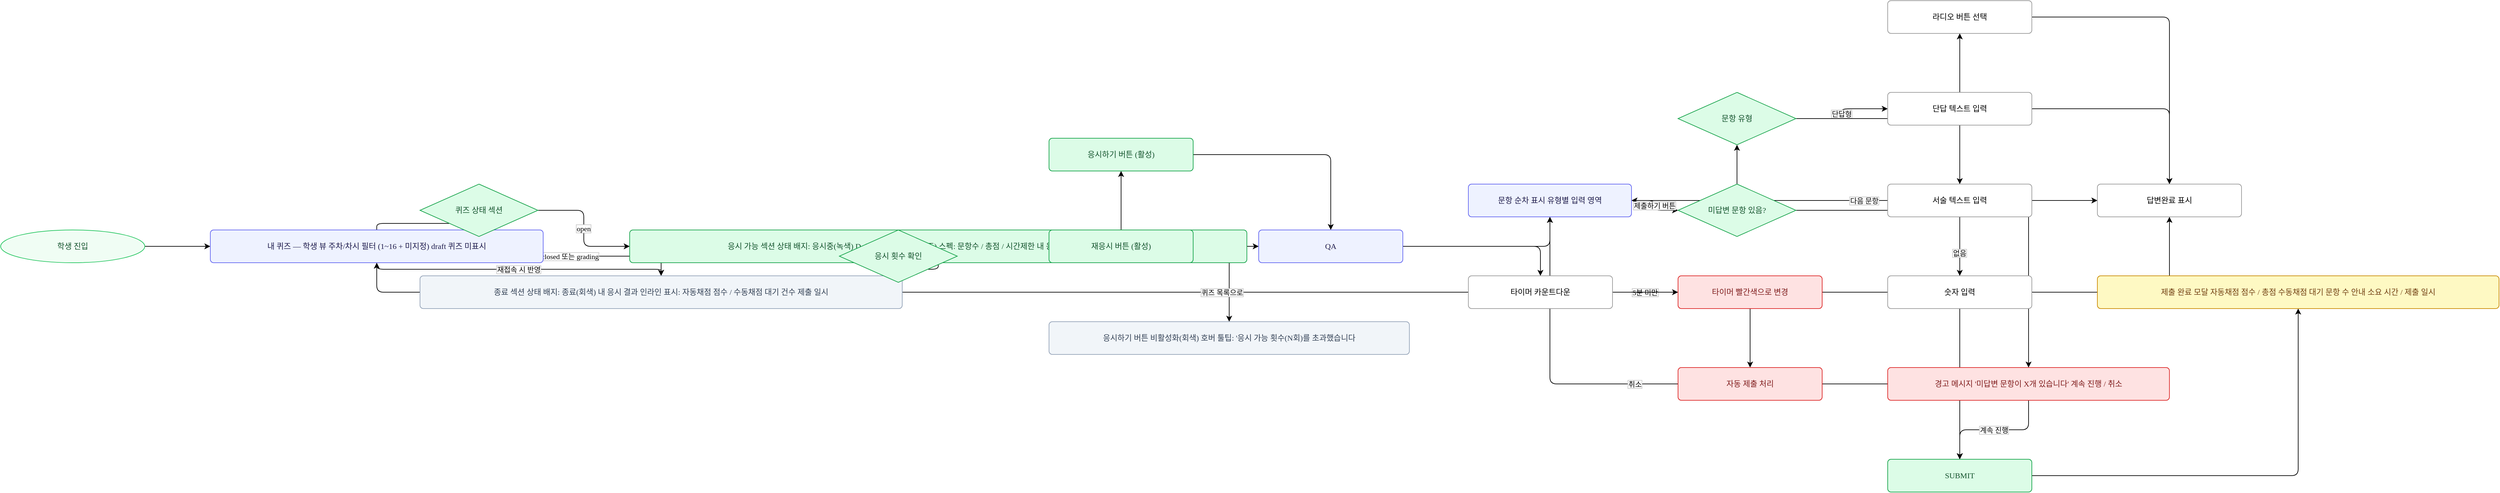
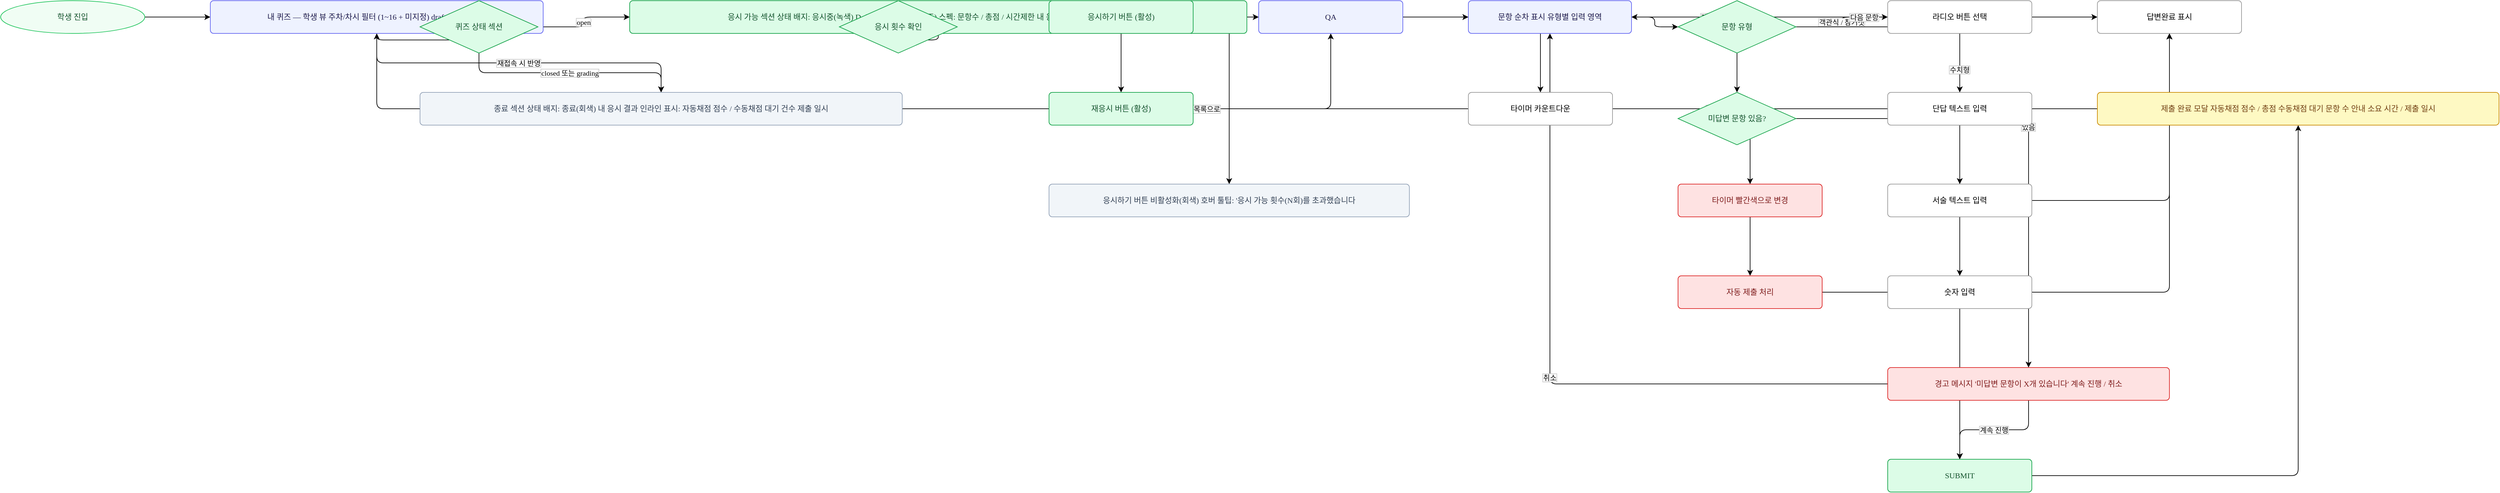
<mxGraphModel dx="2400" dy="1200" grid="1" gridSize="10" guides="1" tooltips="1" connect="1" arrows="1" fold="1" page="1" pageScale="1" pageWidth="3300" pageHeight="1169" math="0" shadow="0">
  <root>
    <mxCell id="0" />
    <mxCell id="1" parent="0" />
-     <mxCell id="e26" value="" style="edgeStyle=orthogonalEdgeStyle;rounded=1;fontSize=11;fontFamily=Pretendard,sans-serif;labelBackgroundColor=#FFFFFF;labelBorderColor=#CCCCCC;labelPosition=center;verticalLabelPosition=center;align=center;" edge="1" source="n2" target="n3" parent="1">
+     <mxCell id="e26" value="" style="edgeStyle=orthogonalEdgeStyle;rounded=1;fontSize=11;fontFamily=Pretendard,sans-serif;labelBackgroundColor=#FFFFFF;labelBorderColor=#CCCCCC;" edge="1" source="n2" target="n3" parent="1">
      <mxGeometry relative="1" as="geometry" />
    </mxCell>
-     <mxCell id="e27" value="" style="edgeStyle=orthogonalEdgeStyle;rounded=1;fontSize=11;fontFamily=Pretendard,sans-serif;labelBackgroundColor=#FFFFFF;labelBorderColor=#CCCCCC;labelPosition=center;verticalLabelPosition=center;align=center;" edge="1" source="n3" target="n4" parent="1">
+     <mxCell id="e27" value="" style="edgeStyle=orthogonalEdgeStyle;rounded=1;fontSize=11;fontFamily=Pretendard,sans-serif;labelBackgroundColor=#FFFFFF;labelBorderColor=#CCCCCC;" edge="1" source="n3" target="n4" parent="1">
      <mxGeometry relative="1" as="geometry" />
    </mxCell>
-     <mxCell id="e28" value="open" style="edgeStyle=orthogonalEdgeStyle;rounded=1;fontSize=11;fontFamily=Pretendard,sans-serif;labelBackgroundColor=#FFFFFF;labelBorderColor=#CCCCCC;labelPosition=center;verticalLabelPosition=center;align=center;" edge="1" source="n4" target="n5" parent="1">
+     <mxCell id="e28" value="open" style="edgeStyle=orthogonalEdgeStyle;rounded=1;fontSize=11;fontFamily=Pretendard,sans-serif;labelBackgroundColor=#FFFFFF;labelBorderColor=#CCCCCC;" edge="1" source="n4" target="n5" parent="1">
      <mxGeometry relative="1" as="geometry" />
    </mxCell>
-     <mxCell id="e29" value="closed 또는 grading" style="edgeStyle=orthogonalEdgeStyle;rounded=1;fontSize=11;fontFamily=Pretendard,sans-serif;labelBackgroundColor=#FFFFFF;labelBorderColor=#CCCCCC;labelPosition=center;verticalLabelPosition=center;align=center;" edge="1" source="n4" target="n6" parent="1">
+     <mxCell id="e29" value="closed 또는 grading" style="edgeStyle=orthogonalEdgeStyle;rounded=1;fontSize=11;fontFamily=Pretendard,sans-serif;labelBackgroundColor=#FFFFFF;labelBorderColor=#CCCCCC;" edge="1" source="n4" target="n6" parent="1">
      <mxGeometry relative="1" as="geometry" />
    </mxCell>
-     <mxCell id="e30" value="" style="edgeStyle=orthogonalEdgeStyle;rounded=1;fontSize=11;fontFamily=Pretendard,sans-serif;labelBackgroundColor=#FFFFFF;labelBorderColor=#CCCCCC;labelPosition=center;verticalLabelPosition=center;align=center;" edge="1" source="n5" target="n7" parent="1">
+     <mxCell id="e30" value="" style="edgeStyle=orthogonalEdgeStyle;rounded=1;fontSize=11;fontFamily=Pretendard,sans-serif;labelBackgroundColor=#FFFFFF;labelBorderColor=#CCCCCC;" edge="1" source="n5" target="n7" parent="1">
      <mxGeometry relative="1" as="geometry" />
    </mxCell>
-     <mxCell id="e31" value="allowAttempts 미초과 + 첫 응시" style="edgeStyle=orthogonalEdgeStyle;rounded=1;fontSize=11;fontFamily=Pretendard,sans-serif;labelBackgroundColor=#FFFFFF;labelBorderColor=#CCCCCC;labelPosition=center;verticalLabelPosition=center;align=center;" edge="1" source="n7" target="n8" parent="1">
+     <mxCell id="e31" value="allowAttempts 미초과 + 첫 응시" style="edgeStyle=orthogonalEdgeStyle;rounded=1;fontSize=11;fontFamily=Pretendard,sans-serif;labelBackgroundColor=#FFFFFF;labelBorderColor=#CCCCCC;" edge="1" source="n7" target="n8" parent="1">
      <mxGeometry relative="1" as="geometry" />
    </mxCell>
-     <mxCell id="e32" value="allowAttempts 미초과 + 재응시" style="edgeStyle=orthogonalEdgeStyle;rounded=1;fontSize=11;fontFamily=Pretendard,sans-serif;labelBackgroundColor=#FFFFFF;labelBorderColor=#CCCCCC;labelPosition=center;verticalLabelPosition=center;align=center;" edge="1" source="n7" target="n9" parent="1">
+     <mxCell id="e32" value="allowAttempts 미초과 + 재응시" style="edgeStyle=orthogonalEdgeStyle;rounded=1;fontSize=11;fontFamily=Pretendard,sans-serif;labelBackgroundColor=#FFFFFF;labelBorderColor=#CCCCCC;" edge="1" source="n7" target="n9" parent="1">
      <mxGeometry relative="1" as="geometry" />
    </mxCell>
-     <mxCell id="e33" value="allowAttempts 초과" style="edgeStyle=orthogonalEdgeStyle;rounded=1;fontSize=11;fontFamily=Pretendard,sans-serif;labelBackgroundColor=#FFFFFF;labelBorderColor=#CCCCCC;labelPosition=center;verticalLabelPosition=center;align=center;" edge="1" source="n7" target="n10" parent="1">
+     <mxCell id="e33" value="allowAttempts 초과" style="edgeStyle=orthogonalEdgeStyle;rounded=1;fontSize=11;fontFamily=Pretendard,sans-serif;labelBackgroundColor=#FFFFFF;labelBorderColor=#CCCCCC;" edge="1" source="n7" target="n10" parent="1">
      <mxGeometry relative="1" as="geometry" />
    </mxCell>
-     <mxCell id="e34" value="" style="edgeStyle=orthogonalEdgeStyle;rounded=1;fontSize=11;fontFamily=Pretendard,sans-serif;labelBackgroundColor=#FFFFFF;labelBorderColor=#CCCCCC;labelPosition=center;verticalLabelPosition=center;align=center;" edge="1" source="n8" target="n11" parent="1">
+     <mxCell id="e34" value="" style="edgeStyle=orthogonalEdgeStyle;rounded=1;fontSize=11;fontFamily=Pretendard,sans-serif;labelBackgroundColor=#FFFFFF;labelBorderColor=#CCCCCC;" edge="1" source="n8" target="n11" parent="1">
      <mxGeometry relative="1" as="geometry" />
    </mxCell>
-     <mxCell id="e35" value="" style="edgeStyle=orthogonalEdgeStyle;rounded=1;fontSize=11;fontFamily=Pretendard,sans-serif;labelBackgroundColor=#FFFFFF;labelBorderColor=#CCCCCC;labelPosition=center;verticalLabelPosition=center;align=center;" edge="1" source="n9" target="n11" parent="1">
+     <mxCell id="e35" value="" style="edgeStyle=orthogonalEdgeStyle;rounded=1;fontSize=11;fontFamily=Pretendard,sans-serif;labelBackgroundColor=#FFFFFF;labelBorderColor=#CCCCCC;" edge="1" source="n9" target="n11" parent="1">
      <mxGeometry relative="1" as="geometry" />
    </mxCell>
-     <mxCell id="e36" value="" style="edgeStyle=orthogonalEdgeStyle;rounded=1;fontSize=11;fontFamily=Pretendard,sans-serif;labelBackgroundColor=#FFFFFF;labelBorderColor=#CCCCCC;labelPosition=center;verticalLabelPosition=center;align=center;" edge="1" source="n11" target="n12" parent="1">
+     <mxCell id="e36" value="" style="edgeStyle=orthogonalEdgeStyle;rounded=1;fontSize=11;fontFamily=Pretendard,sans-serif;labelBackgroundColor=#FFFFFF;labelBorderColor=#CCCCCC;" edge="1" source="n11" target="n12" parent="1">
      <mxGeometry relative="1" as="geometry" />
    </mxCell>
-     <mxCell id="e37" value="" style="edgeStyle=orthogonalEdgeStyle;rounded=1;fontSize=11;fontFamily=Pretendard,sans-serif;labelBackgroundColor=#FFFFFF;labelBorderColor=#CCCCCC;labelPosition=center;verticalLabelPosition=center;align=center;" edge="1" source="n12" target="n13" parent="1">
+     <mxCell id="e37" value="" style="edgeStyle=orthogonalEdgeStyle;rounded=1;fontSize=11;fontFamily=Pretendard,sans-serif;labelBackgroundColor=#FFFFFF;labelBorderColor=#CCCCCC;" edge="1" source="n12" target="n13" parent="1">
      <mxGeometry relative="1" as="geometry" />
    </mxCell>
-     <mxCell id="e38" value="객관식 / 참거짓" style="edgeStyle=orthogonalEdgeStyle;rounded=1;fontSize=11;fontFamily=Pretendard,sans-serif;labelBackgroundColor=#FFFFFF;labelBorderColor=#CCCCCC;labelPosition=center;verticalLabelPosition=center;align=center;" edge="1" source="n13" target="n14" parent="1">
+     <mxCell id="e38" value="객관식 / 참거짓" style="edgeStyle=orthogonalEdgeStyle;rounded=1;fontSize=11;fontFamily=Pretendard,sans-serif;labelBackgroundColor=#FFFFFF;labelBorderColor=#CCCCCC;" edge="1" source="n13" target="n14" parent="1">
      <mxGeometry relative="1" as="geometry" />
    </mxCell>
-     <mxCell id="e39" value="단답형" style="edgeStyle=orthogonalEdgeStyle;rounded=1;fontSize=11;fontFamily=Pretendard,sans-serif;labelBackgroundColor=#FFFFFF;labelBorderColor=#CCCCCC;labelPosition=center;verticalLabelPosition=center;align=center;" edge="1" source="n13" target="n15" parent="1">
+     <mxCell id="e39" value="단답형" style="edgeStyle=orthogonalEdgeStyle;rounded=1;fontSize=11;fontFamily=Pretendard,sans-serif;labelBackgroundColor=#FFFFFF;labelBorderColor=#CCCCCC;" edge="1" source="n13" target="n15" parent="1">
      <mxGeometry relative="1" as="geometry" />
    </mxCell>
-     <mxCell id="e40" value="서술형" style="edgeStyle=orthogonalEdgeStyle;rounded=1;fontSize=11;fontFamily=Pretendard,sans-serif;labelBackgroundColor=#FFFFFF;labelBorderColor=#CCCCCC;labelPosition=center;verticalLabelPosition=center;align=center;" edge="1" source="n13" target="n16" parent="1">
+     <mxCell id="e40" value="서술형" style="edgeStyle=orthogonalEdgeStyle;rounded=1;fontSize=11;fontFamily=Pretendard,sans-serif;labelBackgroundColor=#FFFFFF;labelBorderColor=#CCCCCC;" edge="1" source="n13" target="n16" parent="1">
      <mxGeometry relative="1" as="geometry" />
    </mxCell>
-     <mxCell id="e41" value="수치형" style="edgeStyle=orthogonalEdgeStyle;rounded=1;fontSize=11;fontFamily=Pretendard,sans-serif;labelBackgroundColor=#FFFFFF;labelBorderColor=#CCCCCC;labelPosition=center;verticalLabelPosition=center;align=center;" edge="1" source="n13" target="n17" parent="1">
+     <mxCell id="e41" value="수치형" style="edgeStyle=orthogonalEdgeStyle;rounded=1;fontSize=11;fontFamily=Pretendard,sans-serif;labelBackgroundColor=#FFFFFF;labelBorderColor=#CCCCCC;" edge="1" source="n13" target="n17" parent="1">
      <mxGeometry relative="1" as="geometry" />
    </mxCell>
-     <mxCell id="e42" value="" style="edgeStyle=orthogonalEdgeStyle;rounded=1;fontSize=11;fontFamily=Pretendard,sans-serif;labelBackgroundColor=#FFFFFF;labelBorderColor=#CCCCCC;labelPosition=center;verticalLabelPosition=center;align=center;" edge="1" source="n14" target="n18" parent="1">
+     <mxCell id="e42" value="" style="edgeStyle=orthogonalEdgeStyle;rounded=1;fontSize=11;fontFamily=Pretendard,sans-serif;labelBackgroundColor=#FFFFFF;labelBorderColor=#CCCCCC;" edge="1" source="n14" target="n18" parent="1">
      <mxGeometry relative="1" as="geometry" />
    </mxCell>
-     <mxCell id="e43" value="" style="edgeStyle=orthogonalEdgeStyle;rounded=1;fontSize=11;fontFamily=Pretendard,sans-serif;labelBackgroundColor=#FFFFFF;labelBorderColor=#CCCCCC;labelPosition=center;verticalLabelPosition=center;align=center;" edge="1" source="n15" target="n18" parent="1">
+     <mxCell id="e43" value="" style="edgeStyle=orthogonalEdgeStyle;rounded=1;fontSize=11;fontFamily=Pretendard,sans-serif;labelBackgroundColor=#FFFFFF;labelBorderColor=#CCCCCC;" edge="1" source="n15" target="n18" parent="1">
      <mxGeometry relative="1" as="geometry" />
    </mxCell>
-     <mxCell id="e44" value="" style="edgeStyle=orthogonalEdgeStyle;rounded=1;fontSize=11;fontFamily=Pretendard,sans-serif;labelBackgroundColor=#FFFFFF;labelBorderColor=#CCCCCC;labelPosition=center;verticalLabelPosition=center;align=center;" edge="1" source="n16" target="n18" parent="1">
+     <mxCell id="e44" value="" style="edgeStyle=orthogonalEdgeStyle;rounded=1;fontSize=11;fontFamily=Pretendard,sans-serif;labelBackgroundColor=#FFFFFF;labelBorderColor=#CCCCCC;" edge="1" source="n16" target="n18" parent="1">
      <mxGeometry relative="1" as="geometry" />
    </mxCell>
-     <mxCell id="e45" value="" style="edgeStyle=orthogonalEdgeStyle;rounded=1;fontSize=11;fontFamily=Pretendard,sans-serif;labelBackgroundColor=#FFFFFF;labelBorderColor=#CCCCCC;labelPosition=center;verticalLabelPosition=center;align=center;" edge="1" source="n17" target="n18" parent="1">
+     <mxCell id="e45" value="" style="edgeStyle=orthogonalEdgeStyle;rounded=1;fontSize=11;fontFamily=Pretendard,sans-serif;labelBackgroundColor=#FFFFFF;labelBorderColor=#CCCCCC;" edge="1" source="n17" target="n18" parent="1">
      <mxGeometry relative="1" as="geometry" />
    </mxCell>
-     <mxCell id="e46" value="다음 문항" style="edgeStyle=orthogonalEdgeStyle;rounded=1;fontSize=11;fontFamily=Pretendard,sans-serif;labelBackgroundColor=#FFFFFF;labelBorderColor=#CCCCCC;labelPosition=center;verticalLabelPosition=center;align=center;" edge="1" source="n18" target="n12" parent="1">
+     <mxCell id="e46" value="다음 문항" style="edgeStyle=orthogonalEdgeStyle;rounded=1;fontSize=11;fontFamily=Pretendard,sans-serif;labelBackgroundColor=#FFFFFF;labelBorderColor=#CCCCCC;" edge="1" source="n18" target="n12" parent="1">
      <mxGeometry relative="1" as="geometry" />
    </mxCell>
-     <mxCell id="e47" value="" style="edgeStyle=orthogonalEdgeStyle;rounded=1;fontSize=11;fontFamily=Pretendard,sans-serif;labelBackgroundColor=#FFFFFF;labelBorderColor=#CCCCCC;labelPosition=center;verticalLabelPosition=center;align=center;" edge="1" source="n11" target="n19" parent="1">
+     <mxCell id="e47" value="" style="edgeStyle=orthogonalEdgeStyle;rounded=1;fontSize=11;fontFamily=Pretendard,sans-serif;labelBackgroundColor=#FFFFFF;labelBorderColor=#CCCCCC;" edge="1" source="n11" target="n19" parent="1">
      <mxGeometry relative="1" as="geometry" />
    </mxCell>
-     <mxCell id="e48" value="5분 미만" style="edgeStyle=orthogonalEdgeStyle;rounded=1;fontSize=11;fontFamily=Pretendard,sans-serif;labelBackgroundColor=#FFFFFF;labelBorderColor=#CCCCCC;labelPosition=center;verticalLabelPosition=center;align=center;" edge="1" source="n19" target="n20" parent="1">
+     <mxCell id="e48" value="5분 미만" style="edgeStyle=orthogonalEdgeStyle;rounded=1;fontSize=11;fontFamily=Pretendard,sans-serif;labelBackgroundColor=#FFFFFF;labelBorderColor=#CCCCCC;" edge="1" source="n19" target="n20" parent="1">
      <mxGeometry relative="1" as="geometry" />
    </mxCell>
-     <mxCell id="e49" value="0초 도달" style="edgeStyle=orthogonalEdgeStyle;rounded=1;fontSize=11;fontFamily=Pretendard,sans-serif;labelBackgroundColor=#FFFFFF;labelBorderColor=#CCCCCC;labelPosition=center;verticalLabelPosition=center;align=center;" edge="1" source="n19" target="n21" parent="1">
+     <mxCell id="e49" value="0초 도달" style="edgeStyle=orthogonalEdgeStyle;rounded=1;fontSize=11;fontFamily=Pretendard,sans-serif;labelBackgroundColor=#FFFFFF;labelBorderColor=#CCCCCC;" edge="1" source="n19" target="n21" parent="1">
      <mxGeometry relative="1" as="geometry" />
    </mxCell>
-     <mxCell id="e50" value="제출하기 버튼" style="edgeStyle=orthogonalEdgeStyle;rounded=1;fontSize=11;fontFamily=Pretendard,sans-serif;labelBackgroundColor=#FFFFFF;labelBorderColor=#CCCCCC;labelPosition=center;verticalLabelPosition=center;align=center;" edge="1" source="n12" target="n22" parent="1">
+     <mxCell id="e50" value="제출하기 버튼" style="edgeStyle=orthogonalEdgeStyle;rounded=1;fontSize=11;fontFamily=Pretendard,sans-serif;labelBackgroundColor=#FFFFFF;labelBorderColor=#CCCCCC;" edge="1" source="n12" target="n22" parent="1">
      <mxGeometry relative="1" as="geometry" />
    </mxCell>
-     <mxCell id="e51" value="있음" style="edgeStyle=orthogonalEdgeStyle;rounded=1;fontSize=11;fontFamily=Pretendard,sans-serif;labelBackgroundColor=#FFFFFF;labelBorderColor=#CCCCCC;labelPosition=center;verticalLabelPosition=center;align=center;" edge="1" source="n22" target="n23" parent="1">
+     <mxCell id="e51" value="있음" style="edgeStyle=orthogonalEdgeStyle;rounded=1;fontSize=11;fontFamily=Pretendard,sans-serif;labelBackgroundColor=#FFFFFF;labelBorderColor=#CCCCCC;" edge="1" source="n22" target="n23" parent="1">
      <mxGeometry relative="1" as="geometry" />
    </mxCell>
-     <mxCell id="e52" value="계속 진행" style="edgeStyle=orthogonalEdgeStyle;rounded=1;fontSize=11;fontFamily=Pretendard,sans-serif;labelBackgroundColor=#FFFFFF;labelBorderColor=#CCCCCC;labelPosition=center;verticalLabelPosition=center;align=center;" edge="1" source="n23" target="n24" parent="1">
+     <mxCell id="e52" value="계속 진행" style="edgeStyle=orthogonalEdgeStyle;rounded=1;fontSize=11;fontFamily=Pretendard,sans-serif;labelBackgroundColor=#FFFFFF;labelBorderColor=#CCCCCC;" edge="1" source="n23" target="n24" parent="1">
      <mxGeometry relative="1" as="geometry" />
    </mxCell>
-     <mxCell id="e53" value="취소" style="edgeStyle=orthogonalEdgeStyle;rounded=1;fontSize=11;fontFamily=Pretendard,sans-serif;labelBackgroundColor=#FFFFFF;labelBorderColor=#CCCCCC;labelPosition=center;verticalLabelPosition=center;align=center;" edge="1" source="n23" target="n12" parent="1">
+     <mxCell id="e53" value="취소" style="edgeStyle=orthogonalEdgeStyle;rounded=1;fontSize=11;fontFamily=Pretendard,sans-serif;labelBackgroundColor=#FFFFFF;labelBorderColor=#CCCCCC;" edge="1" source="n23" target="n12" parent="1">
      <mxGeometry relative="1" as="geometry" />
    </mxCell>
-     <mxCell id="e54" value="없음" style="edgeStyle=orthogonalEdgeStyle;rounded=1;fontSize=11;fontFamily=Pretendard,sans-serif;labelBackgroundColor=#FFFFFF;labelBorderColor=#CCCCCC;labelPosition=center;verticalLabelPosition=center;align=center;" edge="1" source="n22" target="n24" parent="1">
+     <mxCell id="e54" value="없음" style="edgeStyle=orthogonalEdgeStyle;rounded=1;fontSize=11;fontFamily=Pretendard,sans-serif;labelBackgroundColor=#FFFFFF;labelBorderColor=#CCCCCC;" edge="1" source="n22" target="n24" parent="1">
      <mxGeometry relative="1" as="geometry" />
    </mxCell>
-     <mxCell id="e55" value="" style="edgeStyle=orthogonalEdgeStyle;rounded=1;fontSize=11;fontFamily=Pretendard,sans-serif;labelBackgroundColor=#FFFFFF;labelBorderColor=#CCCCCC;labelPosition=center;verticalLabelPosition=center;align=center;" edge="1" source="n21" target="n24" parent="1">
+     <mxCell id="e55" value="" style="edgeStyle=orthogonalEdgeStyle;rounded=1;fontSize=11;fontFamily=Pretendard,sans-serif;labelBackgroundColor=#FFFFFF;labelBorderColor=#CCCCCC;" edge="1" source="n21" target="n24" parent="1">
      <mxGeometry relative="1" as="geometry" />
    </mxCell>
-     <mxCell id="e56" value="" style="edgeStyle=orthogonalEdgeStyle;rounded=1;fontSize=11;fontFamily=Pretendard,sans-serif;labelBackgroundColor=#FFFFFF;labelBorderColor=#CCCCCC;labelPosition=center;verticalLabelPosition=center;align=center;" edge="1" source="n24" target="n25" parent="1">
+     <mxCell id="e56" value="" style="edgeStyle=orthogonalEdgeStyle;rounded=1;fontSize=11;fontFamily=Pretendard,sans-serif;labelBackgroundColor=#FFFFFF;labelBorderColor=#CCCCCC;" edge="1" source="n24" target="n25" parent="1">
      <mxGeometry relative="1" as="geometry" />
    </mxCell>
-     <mxCell id="e57" value="퀴즈 목록으로" style="edgeStyle=orthogonalEdgeStyle;rounded=1;fontSize=11;fontFamily=Pretendard,sans-serif;labelBackgroundColor=#FFFFFF;labelBorderColor=#CCCCCC;labelPosition=center;verticalLabelPosition=center;align=center;" edge="1" source="n25" target="n3" parent="1">
+     <mxCell id="e57" value="퀴즈 목록으로" style="edgeStyle=orthogonalEdgeStyle;rounded=1;fontSize=11;fontFamily=Pretendard,sans-serif;labelBackgroundColor=#FFFFFF;labelBorderColor=#CCCCCC;" edge="1" source="n25" target="n3" parent="1">
      <mxGeometry relative="1" as="geometry" />
    </mxCell>
-     <mxCell id="e58" value="재접속 시 반영" style="edgeStyle=orthogonalEdgeStyle;rounded=1;fontSize=11;fontFamily=Pretendard,sans-serif;labelBackgroundColor=#FFFFFF;labelBorderColor=#CCCCCC;labelPosition=center;verticalLabelPosition=center;align=center;" edge="1" source="n3" target="n6" parent="1">
+     <mxCell id="e58" value="재접속 시 반영" style="edgeStyle=orthogonalEdgeStyle;rounded=1;fontSize=11;fontFamily=Pretendard,sans-serif;labelBackgroundColor=#FFFFFF;labelBorderColor=#CCCCCC;" edge="1" source="n3" target="n6" parent="1">
      <mxGeometry relative="1" as="geometry" />
    </mxCell>
    <mxCell id="n2" value="학생 진입" style="ellipse;fillColor=#F0FDF4;strokeColor=#22C55E;fontColor=#14532d;fontFamily=Pretendard,sans-serif;fontSize=12;align=center;whiteSpace=wrap;html=1;" vertex="1" parent="1">
-       <mxGeometry x="60" y="660" width="220" height="50" as="geometry" />
+       <mxGeometry x="60" y="60" width="220" height="50" as="geometry" />
    </mxCell>
    <mxCell id="n3" value="내 퀴즈 — 학생 뷰 주차/차시 필터 (1~16 + 미지정) draft 퀴즈 미표시" style="rounded=1;arcSize=10;fillColor=#EEF2FF;strokeColor=#6366F1;fontColor=#1e1b4b;fontFamily=Pretendard,sans-serif;fontSize=12;align=center;whiteSpace=wrap;html=1;" vertex="1" parent="1">
-       <mxGeometry x="380" y="660" width="508" height="50" as="geometry" />
+       <mxGeometry x="380" y="60" width="508" height="50" as="geometry" />
    </mxCell>
    <mxCell id="n4" value="퀴즈 상태 섹션" style="rhombus;verticalLabelPosition=middle;fillColor=#DCFCE7;strokeColor=#16A34A;fontColor=#14532d;fontFamily=Pretendard,sans-serif;fontSize=12;align=center;whiteSpace=wrap;html=1;" vertex="1" parent="1">
-       <mxGeometry x="700" y="590" width="180" height="80" as="geometry" />
+       <mxGeometry x="700" y="60" width="180" height="80" as="geometry" />
    </mxCell>
    <mxCell id="n5" value="응시 가능 섹션 상태 배지: 응시중(녹색) D-day 배지 (진행중 퀴즈) 스펙: 문항수 / 총점 / 시간제한 내 응시 배지: 채점 대기 / 채점 완료" style="rounded=1;arcSize=10;fillColor=#DCFCE7;strokeColor=#16A34A;fontColor=#14532d;fontFamily=Pretendard,sans-serif;fontSize=12;align=center;whiteSpace=wrap;html=1;" vertex="1" parent="1">
-       <mxGeometry x="1020" y="660" width="942" height="50" as="geometry" />
+       <mxGeometry x="1020" y="60" width="942" height="50" as="geometry" />
    </mxCell>
    <mxCell id="n6" value="종료 섹션 상태 배지: 종료(회색) 내 응시 결과 인라인 표시: 자동채점 점수 / 수동채점 대기 건수 제출 일시" style="rounded=1;arcSize=10;fillColor=#F1F5F9;strokeColor=#94A3B8;fontColor=#334155;fontFamily=Pretendard,sans-serif;fontSize=12;align=center;whiteSpace=wrap;html=1;" vertex="1" parent="1">
-       <mxGeometry x="700" y="730" width="736" height="50" as="geometry" />
+       <mxGeometry x="700" y="200" width="736" height="50" as="geometry" />
    </mxCell>
    <mxCell id="n7" value="응시 횟수 확인" style="rhombus;verticalLabelPosition=middle;fillColor=#DCFCE7;strokeColor=#16A34A;fontColor=#14532d;fontFamily=Pretendard,sans-serif;fontSize=12;align=center;whiteSpace=wrap;html=1;" vertex="1" parent="1">
-       <mxGeometry x="1340" y="660" width="180" height="80" as="geometry" />
+       <mxGeometry x="1340" y="60" width="180" height="80" as="geometry" />
    </mxCell>
    <mxCell id="n8" value="응시하기 버튼 (활성)" style="rounded=1;arcSize=10;fillColor=#DCFCE7;strokeColor=#16A34A;fontColor=#14532d;fontFamily=Pretendard,sans-serif;fontSize=12;align=center;whiteSpace=wrap;html=1;" vertex="1" parent="1">
-       <mxGeometry x="1660" y="520" width="220" height="50" as="geometry" />
+       <mxGeometry x="1660" y="60" width="220" height="50" as="geometry" />
    </mxCell>
    <mxCell id="n9" value="재응시 버튼 (활성)" style="rounded=1;arcSize=10;fillColor=#DCFCE7;strokeColor=#16A34A;fontColor=#14532d;fontFamily=Pretendard,sans-serif;fontSize=12;align=center;whiteSpace=wrap;html=1;" vertex="1" parent="1">
-       <mxGeometry x="1660" y="660" width="220" height="50" as="geometry" />
+       <mxGeometry x="1660" y="200" width="220" height="50" as="geometry" />
    </mxCell>
    <mxCell id="n10" value="응시하기 버튼 비활성화(회색) 호버 툴팁: '응시 가능 횟수(N회)를 초과했습니다" style="rounded=1;arcSize=10;fillColor=#F1F5F9;strokeColor=#94A3B8;fontColor=#334155;fontFamily=Pretendard,sans-serif;fontSize=12;align=center;whiteSpace=wrap;html=1;" vertex="1" parent="1">
-       <mxGeometry x="1660" y="800" width="550" height="50" as="geometry" />
+       <mxGeometry x="1660" y="340" width="550" height="50" as="geometry" />
    </mxCell>
    <mxCell id="n11" value="QA" style="rounded=1;arcSize=10;fillColor=#EEF2FF;strokeColor=#6366F1;fontColor=#1e1b4b;fontFamily=Pretendard,sans-serif;fontSize=12;align=center;whiteSpace=wrap;html=1;" vertex="1" parent="1">
-       <mxGeometry x="1980" y="660" width="220" height="50" as="geometry" />
+       <mxGeometry x="1980" y="60" width="220" height="50" as="geometry" />
    </mxCell>
    <mxCell id="n12" value="문항 순차 표시 유형별 입력 영역" style="rounded=1;arcSize=10;fillColor=#EEF2FF;strokeColor=#6366F1;fontColor=#1e1b4b;fontFamily=Pretendard,sans-serif;fontSize=12;align=center;whiteSpace=wrap;html=1;" vertex="1" parent="1">
-       <mxGeometry x="2300" y="590" width="249" height="50" as="geometry" />
+       <mxGeometry x="2300" y="60" width="249" height="50" as="geometry" />
    </mxCell>
    <mxCell id="n13" value="문항 유형" style="rhombus;verticalLabelPosition=middle;fillColor=#DCFCE7;strokeColor=#16A34A;fontColor=#14532d;fontFamily=Pretendard,sans-serif;fontSize=12;align=center;whiteSpace=wrap;html=1;" vertex="1" parent="1">
-       <mxGeometry x="2620" y="450" width="180" height="80" as="geometry" />
+       <mxGeometry x="2620" y="60" width="180" height="80" as="geometry" />
    </mxCell>
    <mxCell id="n14" value="라디오 버튼 선택" style="rounded=1;arcSize=10;fillColor=#ffffff;strokeColor=#999999;fontColor=#000000;fontFamily=Pretendard,sans-serif;fontSize=12;align=center;whiteSpace=wrap;html=1;" vertex="1" parent="1">
-       <mxGeometry x="2940" y="310" width="220" height="50" as="geometry" />
+       <mxGeometry x="2940" y="60" width="220" height="50" as="geometry" />
    </mxCell>
    <mxCell id="n15" value="단답 텍스트 입력" style="rounded=1;arcSize=10;fillColor=#ffffff;strokeColor=#999999;fontColor=#000000;fontFamily=Pretendard,sans-serif;fontSize=12;align=center;whiteSpace=wrap;html=1;" vertex="1" parent="1">
-       <mxGeometry x="2940" y="450" width="220" height="50" as="geometry" />
+       <mxGeometry x="2940" y="200" width="220" height="50" as="geometry" />
    </mxCell>
    <mxCell id="n16" value="서술 텍스트 입력" style="rounded=1;arcSize=10;fillColor=#ffffff;strokeColor=#999999;fontColor=#000000;fontFamily=Pretendard,sans-serif;fontSize=12;align=center;whiteSpace=wrap;html=1;" vertex="1" parent="1">
-       <mxGeometry x="2940" y="590" width="220" height="50" as="geometry" />
+       <mxGeometry x="2940" y="340" width="220" height="50" as="geometry" />
    </mxCell>
    <mxCell id="n17" value="숫자 입력" style="rounded=1;arcSize=10;fillColor=#ffffff;strokeColor=#999999;fontColor=#000000;fontFamily=Pretendard,sans-serif;fontSize=12;align=center;whiteSpace=wrap;html=1;" vertex="1" parent="1">
-       <mxGeometry x="2940" y="730" width="220" height="50" as="geometry" />
+       <mxGeometry x="2940" y="480" width="220" height="50" as="geometry" />
    </mxCell>
    <mxCell id="n18" value="답변완료 표시" style="rounded=1;arcSize=10;fillColor=#ffffff;strokeColor=#999999;fontColor=#000000;fontFamily=Pretendard,sans-serif;fontSize=12;align=center;whiteSpace=wrap;html=1;" vertex="1" parent="1">
-       <mxGeometry x="3260" y="590" width="220" height="50" as="geometry" />
+       <mxGeometry x="3260" y="60" width="220" height="50" as="geometry" />
    </mxCell>
    <mxCell id="n19" value="타이머 카운트다운" style="rounded=1;arcSize=10;fillColor=#ffffff;strokeColor=#999999;fontColor=#000000;fontFamily=Pretendard,sans-serif;fontSize=12;align=center;whiteSpace=wrap;html=1;" vertex="1" parent="1">
-       <mxGeometry x="2300" y="730" width="220" height="50" as="geometry" />
+       <mxGeometry x="2300" y="200" width="220" height="50" as="geometry" />
    </mxCell>
    <mxCell id="n20" value="타이머 빨간색으로 변경" style="rounded=1;arcSize=10;fillColor=#FEE2E2;strokeColor=#DC2626;fontColor=#7f1d1d;fontFamily=Pretendard,sans-serif;fontSize=12;align=center;whiteSpace=wrap;html=1;" vertex="1" parent="1">
-       <mxGeometry x="2620" y="730" width="220" height="50" as="geometry" />
+       <mxGeometry x="2620" y="340" width="220" height="50" as="geometry" />
    </mxCell>
    <mxCell id="n21" value="자동 제출 처리" style="rounded=1;arcSize=10;fillColor=#FEE2E2;strokeColor=#DC2626;fontColor=#7f1d1d;fontFamily=Pretendard,sans-serif;fontSize=12;align=center;whiteSpace=wrap;html=1;" vertex="1" parent="1">
-       <mxGeometry x="2620" y="870" width="220" height="50" as="geometry" />
+       <mxGeometry x="2620" y="480" width="220" height="50" as="geometry" />
    </mxCell>
    <mxCell id="n22" value="미답변 문항 있음?" style="rhombus;verticalLabelPosition=middle;fillColor=#DCFCE7;strokeColor=#16A34A;fontColor=#14532d;fontFamily=Pretendard,sans-serif;fontSize=12;align=center;whiteSpace=wrap;html=1;" vertex="1" parent="1">
-       <mxGeometry x="2620" y="590" width="180" height="80" as="geometry" />
+       <mxGeometry x="2620" y="200" width="180" height="80" as="geometry" />
    </mxCell>
    <mxCell id="n23" value="경고 메시지 '미답변 문항이 X개 있습니다' 계속 진행 / 취소" style="rounded=1;arcSize=10;fillColor=#FEE2E2;strokeColor=#DC2626;fontColor=#7f1d1d;fontFamily=Pretendard,sans-serif;fontSize=12;align=center;whiteSpace=wrap;html=1;" vertex="1" parent="1">
-       <mxGeometry x="2940" y="870" width="430" height="50" as="geometry" />
+       <mxGeometry x="2940" y="620" width="430" height="50" as="geometry" />
    </mxCell>
    <mxCell id="n24" value="SUBMIT" style="rounded=1;arcSize=10;fillColor=#DCFCE7;strokeColor=#16A34A;fontColor=#14532d;fontFamily=Pretendard,sans-serif;fontSize=12;align=center;whiteSpace=wrap;html=1;" vertex="1" parent="1">
-       <mxGeometry x="2940" y="1010" width="220" height="50" as="geometry" />
+       <mxGeometry x="2940" y="760" width="220" height="50" as="geometry" />
    </mxCell>
    <mxCell id="n25" value="제출 완료 모달 자동채점 점수 / 총점 수동채점 대기 문항 수 안내 소요 시간 / 제출 일시" style="rounded=1;arcSize=10;fillColor=#FEF9C3;strokeColor=#CA8A04;fontColor=#713f12;fontFamily=Pretendard,sans-serif;fontSize=12;align=center;whiteSpace=wrap;html=1;" vertex="1" parent="1">
-       <mxGeometry x="3260" y="730" width="613" height="50" as="geometry" />
+       <mxGeometry x="3260" y="200" width="613" height="50" as="geometry" />
    </mxCell>
  </root>
</mxGraphModel>